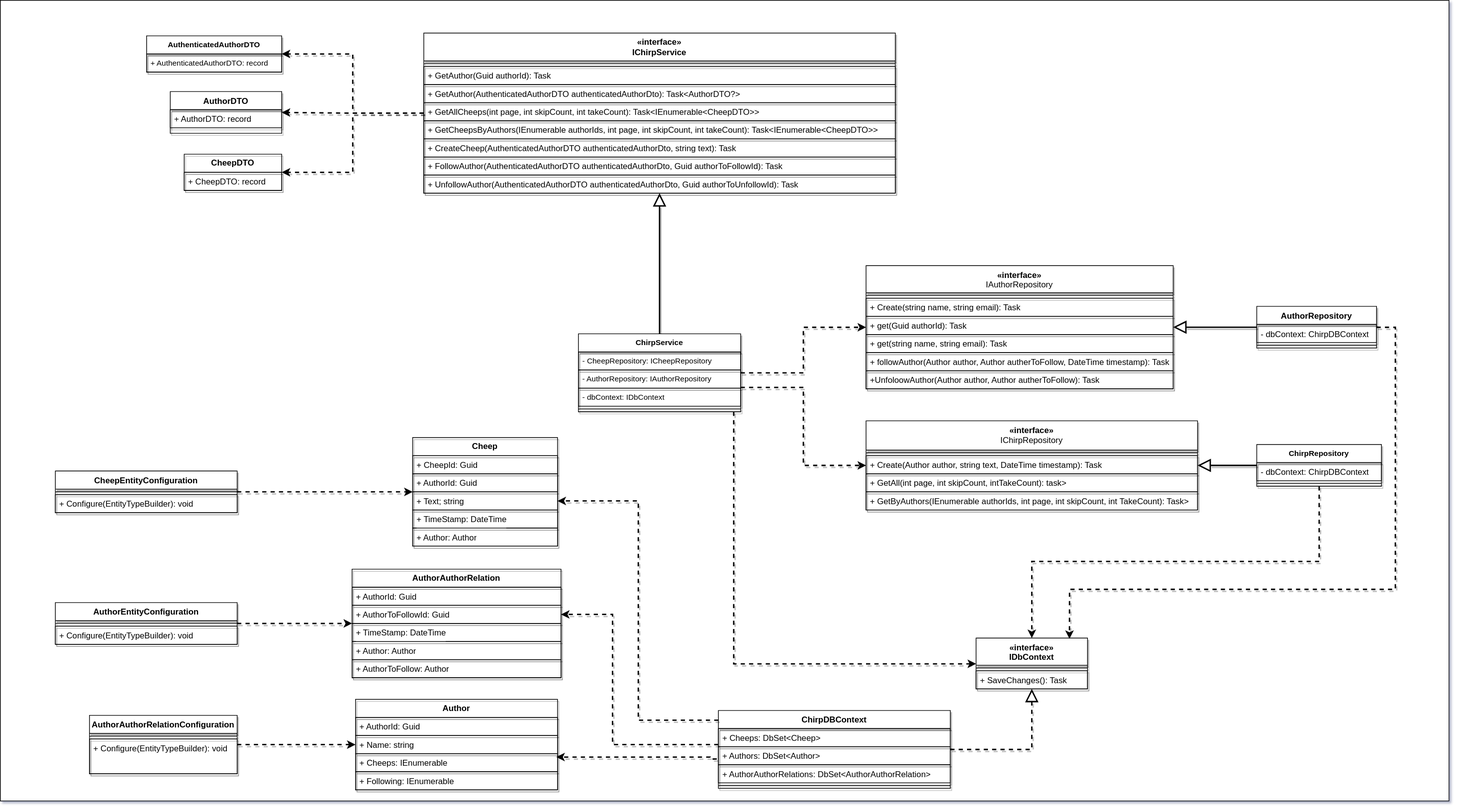
ITU-BDSA23-GROUP22/Chirp keeps this draw.io diagram as docs/Diagrams/DomainModel.drawio.svg. Above is the earlier version. Source tidied: cells renumbered, new cells last; positions are measured from the earlier drawing's top-left corner, leaving out a move shared by most shapes.
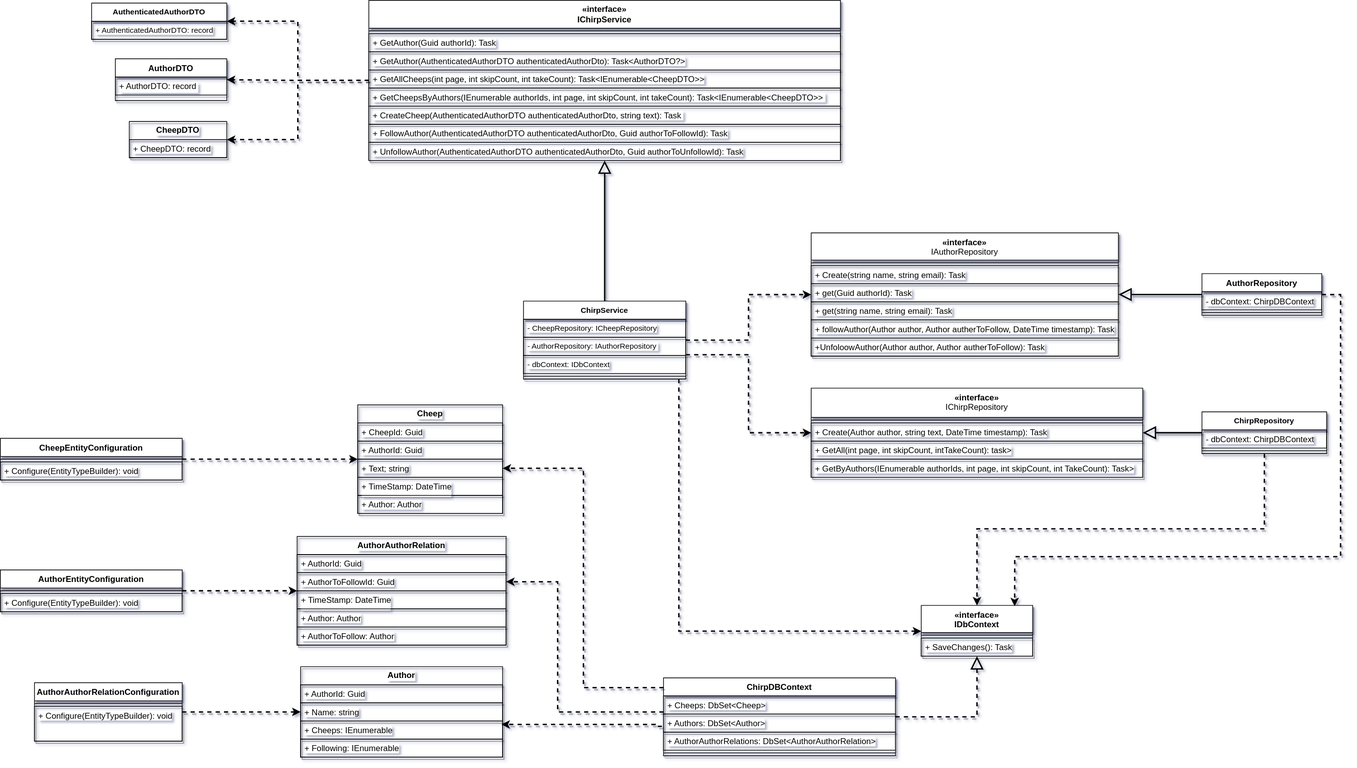
Later version of the same file.

Change to the diagram source:
```diff
@@ -1,10 +1,7 @@
-<mxGraphModel shadow="1">
+<mxGraphModel background="#FFFFFF" shadow="1">
   <root>
     <mxCell id="0" />
     <mxCell id="1" parent="0" />
-    <mxCell id="2" style="rounded=0;whiteSpace=wrap;html=1;" parent="1" vertex="1">
-      <mxGeometry width="2080" height="1150" as="geometry" />
-    </mxCell>
     <mxCell id="3" value="AuthorDTO" style="swimlane;align=center;verticalAlign=top;horizontal=1;startSize=26;rounded=0;shadow=1;strokeWidth=1;strokeColor=#000000;labelBackgroundColor=default;" parent="1" vertex="1">
       <mxGeometry x="244" y="131" width="160" height="60" as="geometry" />
     </mxCell>
```
